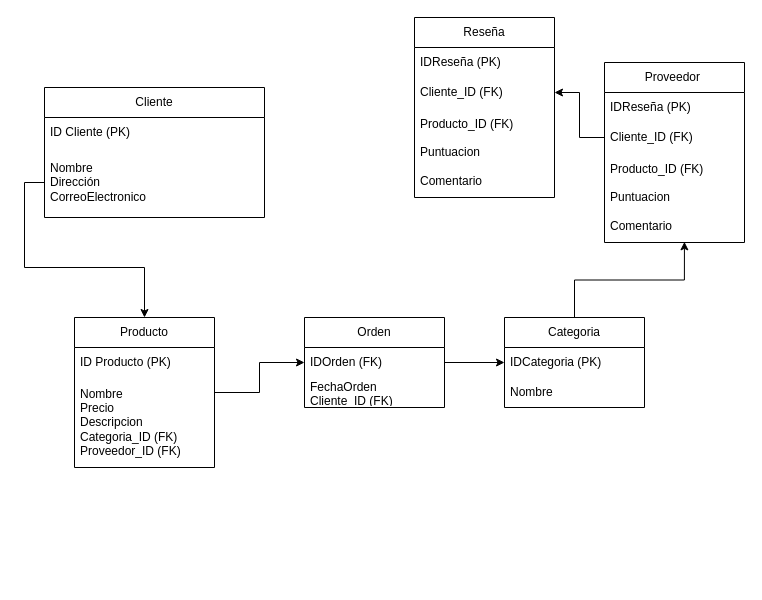
The draw.io diagram Diagrama sin título.drawio in Marlro/Bases-de-datos, before the edit. Source tidied: cells renumbered, new cells numbered last; positions are measured from the earlier drawing's top-left corner, leaving out a move shared by most shapes. Both pictures are drawn from the tidied source at 100%, with x=0, y=0 at pixel (44, 17).
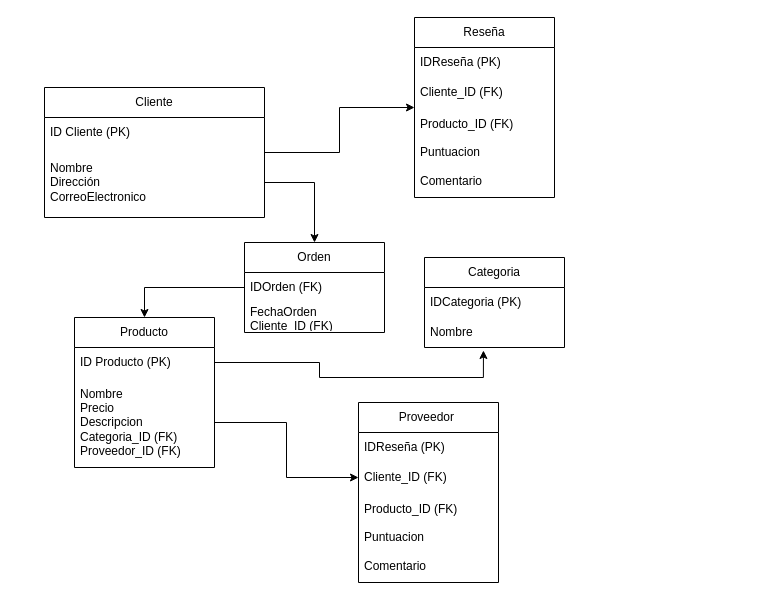
The same page after the edit.

Unchanged cells that the change refers to:
```xml
<mxCell id="2" value="Cliente" style="swimlane;fontStyle=0;horizontal=1;startSize=30;whiteSpace=wrap;html=1;" parent="1" vertex="1">
  <mxGeometry y="70" width="220" height="130" as="geometry" />
</mxCell>
<mxCell id="4" value="Nombre&amp;nbsp;&lt;br&gt;Dirección&lt;br&gt;CorreoElectronico" style="text;strokeColor=none;fillColor=none;align=left;verticalAlign=middle;spacingLeft=4;spacingRight=4;overflow=hidden;points=[[0,0.5],[1,0.5]];portConstraint=eastwest;whiteSpace=wrap;html=1;" parent="2" vertex="1">
  <mxGeometry y="60" width="220" height="70" as="geometry" />
</mxCell>
<mxCell id="6" value="Producto" style="swimlane;fontStyle=0;horizontal=1;startSize=30;whiteSpace=wrap;html=1;" parent="1" vertex="1">
  <mxGeometry x="30" y="300" width="140" height="150" as="geometry" />
</mxCell>
<mxCell id="7" value="ID Producto (PK)" style="text;strokeColor=none;fillColor=none;align=left;verticalAlign=middle;spacingLeft=4;spacingRight=4;overflow=hidden;points=[[0,0.5],[1,0.5]];portConstraint=eastwest;whiteSpace=wrap;html=1;" parent="6" vertex="1">
  <mxGeometry y="30" width="140" height="30" as="geometry" />
</mxCell>
<mxCell id="8" value="Nombre&lt;br&gt;Precio&lt;br&gt;Descripcion&lt;br&gt;Categoria_ID (FK)&lt;br&gt;Proveedor_ID (FK)" style="text;strokeColor=none;fillColor=none;align=left;verticalAlign=middle;spacingLeft=4;spacingRight=4;overflow=hidden;points=[[0,0.5],[1,0.5]];portConstraint=eastwest;whiteSpace=wrap;html=1;" parent="6" vertex="1">
  <mxGeometry y="60" width="140" height="90" as="geometry" />
</mxCell>
<mxCell id="10" value="IDOrden (FK)" style="text;strokeColor=none;fillColor=none;align=left;verticalAlign=middle;spacingLeft=4;spacingRight=4;overflow=hidden;points=[[0,0.5],[1,0.5]];portConstraint=eastwest;whiteSpace=wrap;html=1;" parent="9" vertex="1">
  <mxGeometry y="30" width="140" height="30" as="geometry" />
</mxCell>
<mxCell id="13" value="IDCategoria (PK)" style="text;strokeColor=none;fillColor=none;align=left;verticalAlign=middle;spacingLeft=4;spacingRight=4;overflow=hidden;points=[[0,0.5],[1,0.5]];portConstraint=eastwest;whiteSpace=wrap;html=1;" parent="12" vertex="1">
  <mxGeometry y="30" width="140" height="30" as="geometry" />
</mxCell>
<mxCell id="14" value="Nombre" style="text;strokeColor=none;fillColor=none;align=left;verticalAlign=middle;spacingLeft=4;spacingRight=4;overflow=hidden;points=[[0,0.5],[1,0.5]];portConstraint=eastwest;whiteSpace=wrap;html=1;" parent="12" vertex="1">
  <mxGeometry y="60" width="140" height="30" as="geometry" />
</mxCell>
<mxCell id="17" value="Cliente_ID (FK)" style="text;strokeColor=none;fillColor=none;align=left;verticalAlign=middle;spacingLeft=4;spacingRight=4;overflow=hidden;points=[[0,0.5],[1,0.5]];portConstraint=eastwest;whiteSpace=wrap;html=1;" parent="15" vertex="1">
  <mxGeometry y="60" width="140" height="30" as="geometry" />
</mxCell>
<mxCell id="18" value="Producto_ID (FK)&lt;br&gt;&lt;br&gt;Puntuacion&lt;br&gt;&lt;br&gt;Comentario" style="text;strokeColor=none;fillColor=none;align=left;verticalAlign=middle;spacingLeft=4;spacingRight=4;overflow=hidden;points=[[0,0.5],[1,0.5]];portConstraint=eastwest;whiteSpace=wrap;html=1;" parent="15" vertex="1">
  <mxGeometry y="90" width="140" height="90" as="geometry" />
</mxCell>
<mxCell id="19" value="Reseña" style="swimlane;fontStyle=0;horizontal=1;startSize=30;whiteSpace=wrap;html=1;" parent="1" vertex="1">
  <mxGeometry x="370" width="140" height="180" as="geometry" />
</mxCell>
<mxCell id="21" value="Cliente_ID (FK)" style="text;strokeColor=none;fillColor=none;align=left;verticalAlign=middle;spacingLeft=4;spacingRight=4;overflow=hidden;points=[[0,0.5],[1,0.5]];portConstraint=eastwest;whiteSpace=wrap;html=1;" parent="19" vertex="1">
  <mxGeometry y="60" width="140" height="30" as="geometry" />
</mxCell>
```

What changed in the source:
```diff
@@
+    <mxCell id="27" style="edgeStyle=orthogonalEdgeStyle;rounded=0;jettySize=auto;html=1;" parent="1" edge="1" source="2" target="19">
+      <mxGeometry relative="1" as="geometry" />
+    </mxCell>
@@
-    <mxCell id="5" style="edgeStyle=orthogonalEdgeStyle;rounded=0;jettySize=auto;html=1;" parent="1" edge="1" source="6" target="9">
-      <mxGeometry relative="1" as="geometry" />
-    </mxCell>
@@
     <mxCell id="9" value="Orden" style="swimlane;fontStyle=0;horizontal=1;startSize=30;whiteSpace=wrap;html=1;" parent="1" vertex="1">
-      <mxGeometry x="260" y="300" width="140" height="90" as="geometry" />
+      <mxGeometry x="200" y="225" width="140" height="90" as="geometry" />
     </mxCell>
@@
     <mxCell id="12" value="Categoria" style="swimlane;fontStyle=0;horizontal=1;startSize=30;whiteSpace=wrap;html=1;" parent="1" vertex="1">
-      <mxGeometry x="460" y="300" width="140" height="90" as="geometry" />
+      <mxGeometry x="380" y="240" width="140" height="90" as="geometry" />
     </mxCell>
@@
     <mxCell id="15" value="Proveedor&amp;nbsp;" style="swimlane;fontStyle=0;horizontal=1;startSize=30;whiteSpace=wrap;html=1;" parent="1" vertex="1">
-      <mxGeometry x="560" y="45" width="140" height="180" as="geometry" />
+      <mxGeometry x="314" y="385" width="140" height="180" as="geometry" />
     </mxCell>
@@
-    <mxCell id="23" style="edgeStyle=orthogonalEdgeStyle;rounded=0;jettySize=auto;html=1;entryX=0.5;entryY=0;entryDx=0;entryDy=0;" parent="1" edge="1" source="4" target="6">
-      <mxGeometry relative="1" as="geometry" />
-    </mxCell>
-    <mxCell id="24" style="edgeStyle=orthogonalEdgeStyle;rounded=0;jettySize=auto;html=1;exitX=1;exitY=0.5;exitDx=0;exitDy=0;entryX=0;entryY=0.5;entryDx=0;entryDy=0;" parent="1" edge="1" source="10" target="13">
-      <mxGeometry relative="1" as="geometry" />
-    </mxCell>
-    <mxCell id="25" style="edgeStyle=orthogonalEdgeStyle;rounded=0;jettySize=auto;html=1;entryX=0.571;entryY=0.993;entryDx=0;entryDy=0;entryPerimeter=0;" parent="1" edge="1" source="12" target="18">
-      <mxGeometry relative="1" as="geometry" />
-    </mxCell>
-    <mxCell id="26" style="edgeStyle=orthogonalEdgeStyle;rounded=0;jettySize=auto;html=1;exitX=0;exitY=0.5;exitDx=0;exitDy=0;entryX=1;entryY=0.5;entryDx=0;entryDy=0;" parent="1" edge="1" source="17" target="21">
-      <mxGeometry relative="1" as="geometry" />
-    </mxCell>
+    <mxCell id="28" style="edgeStyle=orthogonalEdgeStyle;rounded=0;jettySize=auto;html=1;entryX=0.5;entryY=0;entryDx=0;entryDy=0;" parent="1" edge="1" source="4" target="9">
+      <mxGeometry relative="1" as="geometry" />
+    </mxCell>
+    <mxCell id="29" style="edgeStyle=orthogonalEdgeStyle;rounded=0;jettySize=auto;html=1;exitX=0;exitY=0.5;exitDx=0;exitDy=0;" parent="1" edge="1" source="10" target="6">
+      <mxGeometry relative="1" as="geometry" />
+    </mxCell>
+    <mxCell id="30" style="edgeStyle=orthogonalEdgeStyle;rounded=0;jettySize=auto;html=1;exitX=1;exitY=0.5;exitDx=0;exitDy=0;entryX=0.421;entryY=1.1;entryDx=0;entryDy=0;entryPerimeter=0;" parent="1" edge="1" source="7" target="14">
+      <mxGeometry relative="1" as="geometry">
+        <Array as="points">
+          <mxPoint x="275" y="345" />
+          <mxPoint x="275" y="360" />
+          <mxPoint x="439" y="360" />
+        </Array>
+      </mxGeometry>
+    </mxCell>
+    <mxCell id="31" style="edgeStyle=orthogonalEdgeStyle;rounded=0;jettySize=auto;html=1;entryX=0;entryY=0.5;entryDx=0;entryDy=0;" parent="1" edge="1" source="8" target="17">
+      <mxGeometry relative="1" as="geometry" />
+    </mxCell>
```
